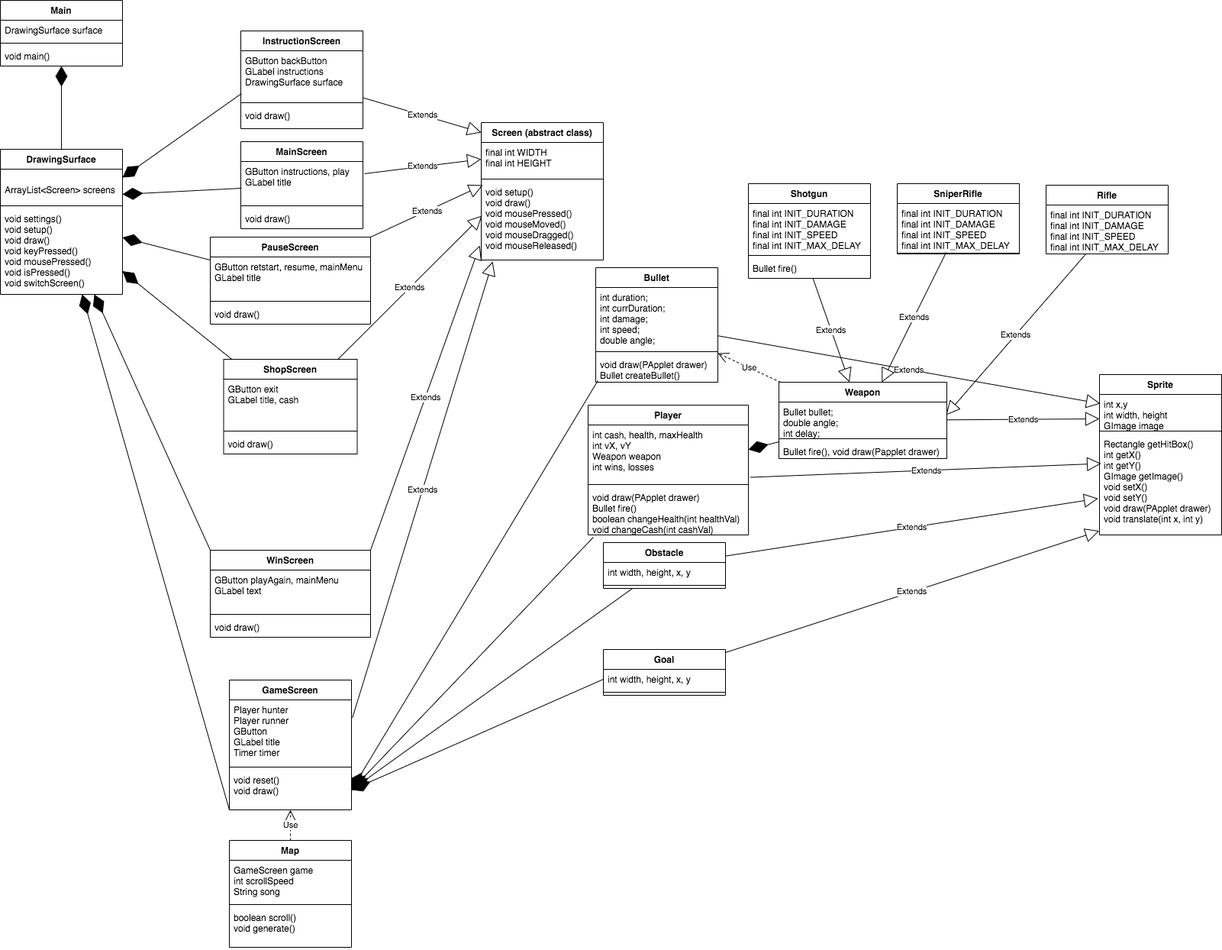
HHSAPCompSci2020/capstone-project-botman keeps this draw.io diagram as CapstoneBotman/doc/Final Project UML.png. Above is the earlier version. Source tidied: cells renumbered, new cells last; positions are measured from the earlier drawing's top-left corner, leaving out a move shared by most shapes.
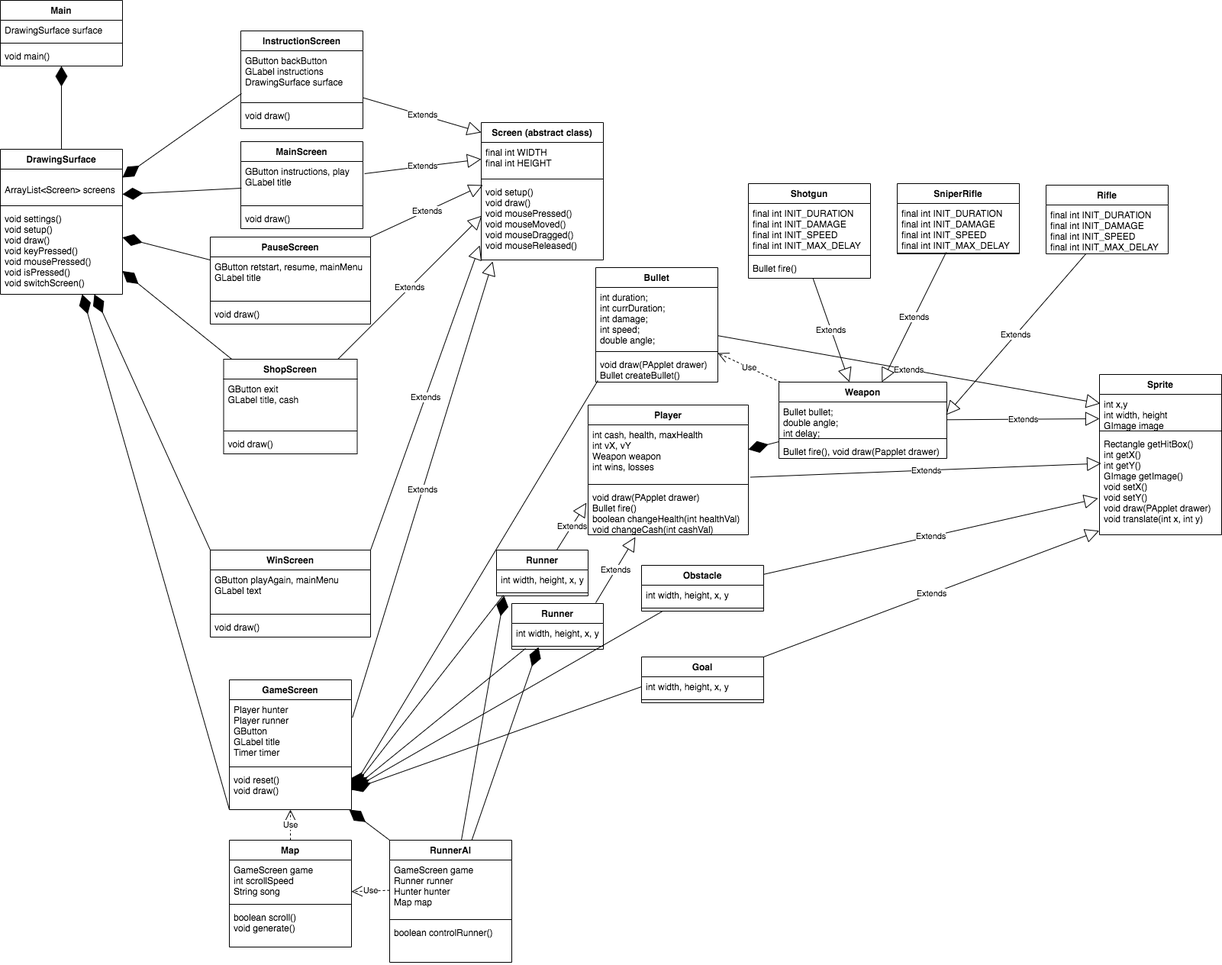
Later version of the same file.

Diff of the diagram source:
```diff
@@ -132,7 +132,7 @@
       <mxGeometry relative="1" as="geometry" />
     </mxCell>
     <mxCell id="45" value="Obstacle" style="swimlane;fontStyle=1;align=center;verticalAlign=top;horizontal=1;startSize=26;" parent="1" vertex="1">
-      <mxGeometry x="790" y="710" width="160" height="60" as="geometry" />
+      <mxGeometry x="840" y="740" width="160" height="60" as="geometry" />
     </mxCell>
     <mxCell id="46" value="int width, height, x, y" style="text;strokeColor=none;fillColor=none;align=left;verticalAlign=top;spacingLeft=4;spacingRight=4;overflow=hidden;" parent="45" vertex="1">
       <mxGeometry y="26" width="160" height="26" as="geometry" />
@@ -201,9 +201,6 @@
     <mxCell id="66" style="endArrow=diamondThin;endFill=1;endSize=24;html=1;" parent="1" edge="1" source="69" target="38">
       <mxGeometry relative="1" as="geometry" />
     </mxCell>
-    <mxCell id="67" style="endArrow=diamondThin;endFill=1;endSize=24;html=1;entryX=1;entryY=0.5;entryDx=0;entryDy=0;exitX=0.032;exitY=1.051;exitDx=0;exitDy=0;exitPerimeter=0;" parent="1" edge="1" source="41" target="29">
-      <mxGeometry relative="1" as="geometry" />
-    </mxCell>
     <mxCell id="68" style="endArrow=diamondThin;endFill=1;endSize=24;html=1;entryX=1;entryY=0.5;entryDx=0;entryDy=0;" parent="1" edge="1" source="45" target="29">
       <mxGeometry relative="1" as="geometry" />
     </mxCell>
@@ -238,7 +235,7 @@
       <mxGeometry relative="1" as="geometry" />
     </mxCell>
     <mxCell id="79" value="Goal" style="swimlane;fontStyle=1;align=center;verticalAlign=top;horizontal=1;startSize=26;" parent="1" vertex="1">
-      <mxGeometry x="790" y="850" width="160" height="60" as="geometry" />
+      <mxGeometry x="840" y="860" width="160" height="60" as="geometry" />
     </mxCell>
     <mxCell id="80" value="int width, height, x, y" style="text;strokeColor=none;fillColor=none;align=left;verticalAlign=top;spacingLeft=4;spacingRight=4;overflow=hidden;points=[[0,0.5],[1,0.5]];portConstraint=eastwest;" parent="79" vertex="1">
       <mxGeometry y="26" width="160" height="26" as="geometry" />
@@ -303,5 +300,63 @@
     <mxCell id="100" value="Use" style="endArrow=open;endSize=12;dashed=1;html=1;" parent="1" edge="1" source="96" target="29">
       <mxGeometry relative="1" as="geometry" />
     </mxCell>
+    <mxCell id="101" value="RunnerAI" style="swimlane;fontStyle=1;align=center;verticalAlign=top;horizontal=1;startSize=26;" parent="1" vertex="1">
+      <mxGeometry x="510" y="1100" width="160" height="160" as="geometry" />
+    </mxCell>
+    <mxCell id="102" style="endArrow=diamondThin;endFill=1;endSize=24;html=1;entryX=0.981;entryY=1;entryDx=0;entryDy=0;entryPerimeter=0;" parent="101" edge="1" target="29">
+      <mxGeometry relative="1" as="geometry">
+        <mxPoint as="sourcePoint" />
+      </mxGeometry>
+    </mxCell>
+    <mxCell id="103" value="GameScreen game&#10;Runner runner&#10;Hunter hunter&#10;Map map" style="text;strokeColor=none;fillColor=none;align=left;verticalAlign=top;spacingLeft=4;spacingRight=4;overflow=hidden;points=[[0,0.5],[1,0.5]];portConstraint=eastwest;" parent="101" vertex="1">
+      <mxGeometry y="26" width="160" height="74" as="geometry" />
+    </mxCell>
+    <mxCell id="104" style="line;strokeWidth=1;fillColor=none;align=left;verticalAlign=middle;spacingTop=-1;spacingLeft=3;spacingRight=3;labelPosition=right;" parent="101" vertex="1">
+      <mxGeometry y="100" width="160" height="8" as="geometry" />
+    </mxCell>
+    <mxCell id="105" value="boolean controlRunner()" style="text;strokeColor=none;fillColor=none;align=left;verticalAlign=top;spacingLeft=4;spacingRight=4;overflow=hidden;" parent="101" vertex="1">
+      <mxGeometry y="108" width="160" height="52" as="geometry" />
+    </mxCell>
+    <mxCell id="106" style="endArrow=diamondThin;endFill=1;endSize=24;html=1;entryX=0.292;entryY=0.625;entryDx=0;entryDy=0;entryPerimeter=0;" parent="1" edge="1" source="101" target="112">
+      <mxGeometry relative="1" as="geometry" />
+    </mxCell>
+    <mxCell id="107" value="Runner" style="swimlane;fontStyle=1;align=center;verticalAlign=top;horizontal=1;startSize=26;" parent="1" vertex="1">
+      <mxGeometry x="650" y="720" width="120" height="60" as="geometry" />
+    </mxCell>
+    <mxCell id="108" value="int width, height, x, y" style="text;strokeColor=none;fillColor=none;align=left;verticalAlign=top;spacingLeft=4;spacingRight=4;overflow=hidden;" parent="107" vertex="1">
+      <mxGeometry y="26" width="120" height="26" as="geometry" />
+    </mxCell>
+    <mxCell id="109" style="line;strokeWidth=1;fillColor=none;align=left;verticalAlign=middle;spacingTop=-1;spacingLeft=3;spacingRight=3;labelPosition=right;points=[];portConstraint=eastwest;" parent="107" vertex="1">
+      <mxGeometry y="52" width="120" height="8" as="geometry" />
+    </mxCell>
+    <mxCell id="110" value="Runner" style="swimlane;fontStyle=1;align=center;verticalAlign=top;horizontal=1;startSize=26;" parent="1" vertex="1">
+      <mxGeometry x="670" y="790" width="120" height="60" as="geometry" />
+    </mxCell>
+    <mxCell id="111" value="int width, height, x, y" style="text;strokeColor=none;fillColor=none;align=left;verticalAlign=top;spacingLeft=4;spacingRight=4;overflow=hidden;" parent="110" vertex="1">
+      <mxGeometry y="26" width="120" height="26" as="geometry" />
+    </mxCell>
+    <mxCell id="112" style="line;strokeWidth=1;fillColor=none;align=left;verticalAlign=middle;spacingTop=-1;spacingLeft=3;spacingRight=3;labelPosition=right;points=[];portConstraint=eastwest;" parent="110" vertex="1">
+      <mxGeometry y="52" width="120" height="8" as="geometry" />
+    </mxCell>
+    <mxCell id="113" value="Extends" style="endArrow=block;endSize=16;endFill=0;html=1;entryX=0.295;entryY=1.048;entryDx=0;entryDy=0;entryPerimeter=0;exitX=0.917;exitY=-0.017;exitDx=0;exitDy=0;exitPerimeter=0;" parent="1" edge="1" source="110" target="41">
+      <mxGeometry relative="1" as="geometry" />
+    </mxCell>
+    <mxCell id="114" value="Extends" style="endArrow=block;endSize=16;endFill=0;html=1;entryX=-0.01;entryY=0.323;entryDx=0;entryDy=0;entryPerimeter=0;" parent="1" edge="1" source="107" target="41">
+      <mxGeometry relative="1" as="geometry" />
+    </mxCell>
+    <mxCell id="115" style="endArrow=diamondThin;endFill=1;endSize=24;html=1;entryX=1;entryY=0.5;entryDx=0;entryDy=0;exitX=0.15;exitY=0.875;exitDx=0;exitDy=0;exitPerimeter=0;" parent="1" edge="1" source="112" target="29">
+      <mxGeometry relative="1" as="geometry" />
+    </mxCell>
+    <mxCell id="116" style="endArrow=diamondThin;endFill=1;endSize=24;html=1;entryX=1;entryY=0.5;entryDx=0;entryDy=0;exitX=0.075;exitY=0.875;exitDx=0;exitDy=0;exitPerimeter=0;" parent="1" edge="1" source="109" target="29">
+      <mxGeometry relative="1" as="geometry" />
+    </mxCell>
+    <mxCell id="117" style="endArrow=diamondThin;endFill=1;endSize=24;html=1;" parent="1" edge="1" source="101">
+      <mxGeometry relative="1" as="geometry">
+        <mxPoint x="660" y="780" as="targetPoint" />
+      </mxGeometry>
+    </mxCell>
+    <mxCell id="118" value="Use" style="endArrow=open;endSize=12;dashed=1;html=1;" parent="1" edge="1" source="103" target="96">
+      <mxGeometry relative="1" as="geometry" />
+    </mxCell>
   </root>
 </mxGraphModel>
```
